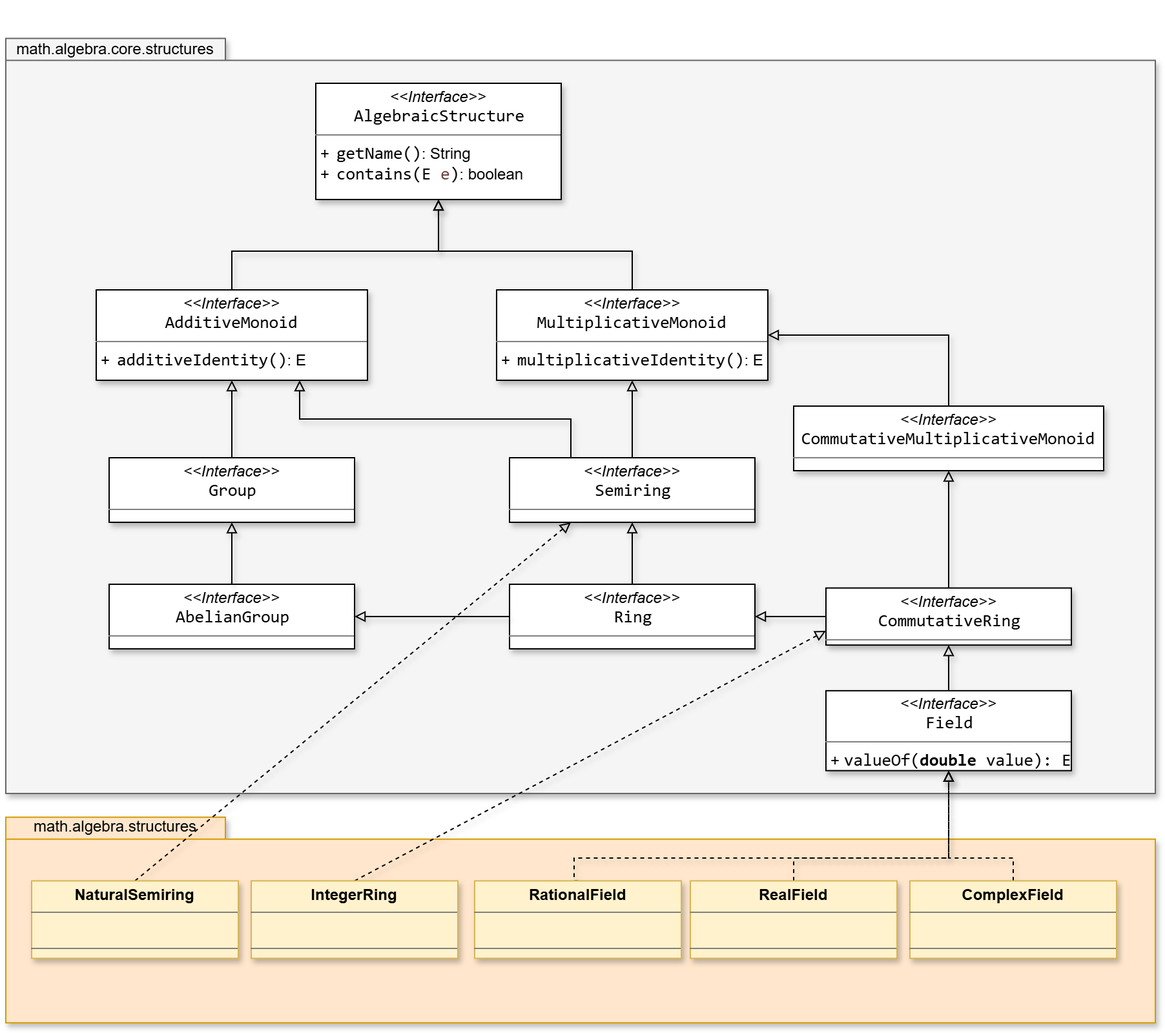
Earlier version of the draw.io export resources/SMFN-algebra-structures.drawio.png (gom9000/SMFN). Source tidied: cells renumbered, new cells last; positions are measured from the earlier drawing's top-left corner, leaving out a move shared by most shapes.
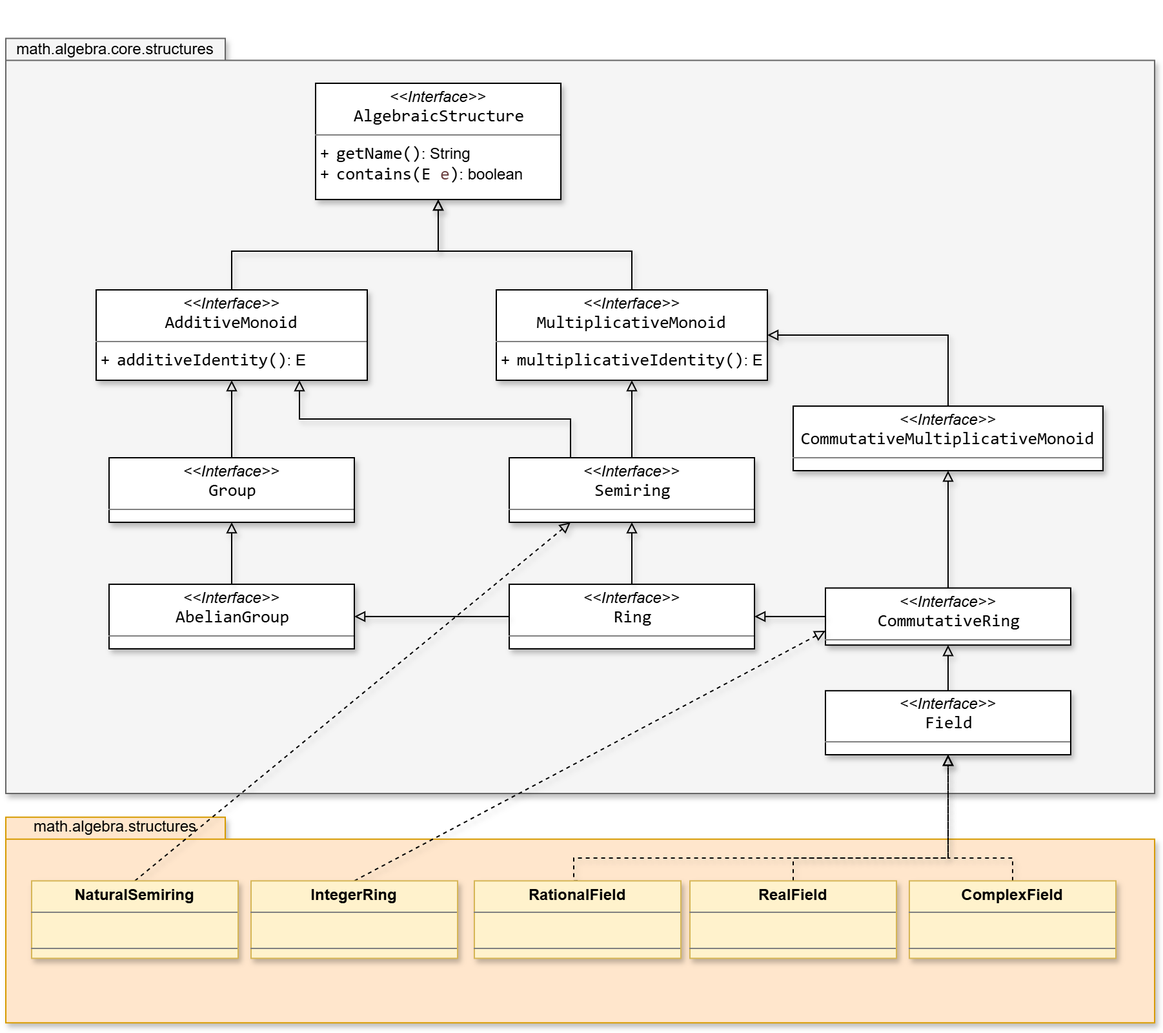
Above is the later version.

What changed in the source:
```diff
@@ -38,8 +38,8 @@
     <mxCell id="13" style="edgeStyle=orthogonalEdgeStyle;rounded=0;jettySize=auto;html=1;exitX=0;exitY=0.5;exitDx=0;exitDy=0;entryX=1;entryY=0.5;entryDx=0;entryDy=0;strokeColor=default;align=center;verticalAlign=middle;fontFamily=Helvetica;fontSize=11;fontColor=default;labelBackgroundColor=default;endArrow=block;endFill=0;shadow=1;" parent="5" edge="1" source="10" target="12">
       <mxGeometry relative="1" as="geometry" />
     </mxCell>
-    <mxCell id="14" value="&lt;p style=&quot;margin:0px;margin-top:4px;text-align:center;&quot;&gt;&lt;span style=&quot;&quot;&gt;&lt;i style=&quot;&quot;&gt;&amp;lt;&amp;lt;Interface&amp;gt;&amp;gt;&lt;/i&gt;&lt;br&gt;&lt;span style=&quot;padding: 0px 0px 0px 2px;&quot;&gt;&lt;span style=&quot;font-family: Consolas; font-size: 10pt; white-space: pre;&quot;&gt;&lt;span style=&quot;&quot;&gt;Field&lt;/span&gt;&lt;/span&gt;&lt;/span&gt;&lt;/span&gt;&lt;/p&gt;&lt;hr size=&quot;1&quot; style=&quot;border-style:solid;&quot;&gt;&lt;p style=&quot;margin:0px;margin-left:4px;&quot;&gt;&lt;/p&gt;&lt;p style=&quot;margin:0px;margin-left:4px;&quot;&gt;&lt;span style=&quot;&quot;&gt;+&amp;nbsp;&lt;span style=&quot;font-family: Consolas; font-size: 10pt; white-space: pre;&quot;&gt;valueOf(&lt;/span&gt;&lt;span style=&quot;font-family: Consolas; font-size: 10pt; white-space: pre; font-weight: bold;&quot;&gt;double&lt;/span&gt;&lt;span style=&quot;font-family: Consolas; font-size: 10pt; white-space: pre;&quot;&gt; &lt;/span&gt;&lt;span style=&quot;font-family: Consolas; font-size: 10pt; white-space: pre;&quot;&gt;value&lt;/span&gt;&lt;span style=&quot;font-family: Consolas; font-size: 10pt; white-space: pre;&quot;&gt;): E&lt;/span&gt;&lt;/span&gt;&lt;/p&gt;" style="verticalAlign=top;align=left;overflow=fill;html=1;whiteSpace=wrap;labelBackgroundColor=none;shadow=1;" parent="5" vertex="1">
-      <mxGeometry x="635" y="530.4" width="190" height="61.9" as="geometry" />
+    <mxCell id="14" value="&lt;p style=&quot;margin:0px;margin-top:4px;text-align:center;&quot;&gt;&lt;span style=&quot;&quot;&gt;&lt;i style=&quot;&quot;&gt;&amp;lt;&amp;lt;Interface&amp;gt;&amp;gt;&lt;/i&gt;&lt;br&gt;&lt;span style=&quot;padding: 0px 0px 0px 2px;&quot;&gt;&lt;span style=&quot;font-family: Consolas; font-size: 10pt; white-space: pre;&quot;&gt;&lt;span style=&quot;&quot;&gt;Field&lt;/span&gt;&lt;/span&gt;&lt;/span&gt;&lt;/span&gt;&lt;/p&gt;&lt;hr size=&quot;1&quot; style=&quot;border-style:solid;&quot;&gt;&lt;p style=&quot;margin:0px;margin-left:4px;&quot;&gt;&lt;/p&gt;&lt;p style=&quot;margin:0px;margin-left:4px;&quot;&gt;&lt;br&gt;&lt;/p&gt;" style="verticalAlign=top;align=left;overflow=fill;html=1;whiteSpace=wrap;labelBackgroundColor=none;shadow=1;" parent="5" vertex="1">
+      <mxGeometry x="635" y="530.4" width="190" height="49.6" as="geometry" />
     </mxCell>
     <mxCell id="15" value="&lt;p style=&quot;margin:0px;margin-top:4px;text-align:center;&quot;&gt;&lt;i&gt;&amp;lt;&amp;lt;Interface&amp;gt;&amp;gt;&lt;/i&gt;&lt;br&gt;&lt;span style=&quot;padding: 0px 0px 0px 2px;&quot;&gt;&lt;span style=&quot;font-family: Consolas; font-size: 10pt; white-space: pre;&quot;&gt;&lt;span style=&quot;&quot;&gt;AlgebraicStructure&lt;/span&gt;&lt;/span&gt;&lt;/span&gt;&lt;/p&gt;&lt;hr size=&quot;1&quot; style=&quot;border-style:solid;&quot;&gt;&lt;p style=&quot;margin:0px;margin-left:4px;&quot;&gt;&lt;/p&gt;&lt;p style=&quot;margin:0px;margin-left:4px;&quot;&gt;+&amp;nbsp;&lt;span style=&quot;padding: 0px 0px 0px 2px;&quot;&gt;&lt;span style=&quot;font-family: Consolas; font-size: 10pt; white-space: pre;&quot;&gt;&lt;span style=&quot;&quot;&gt;getName&lt;/span&gt;()&lt;/span&gt;&lt;/span&gt;: String&lt;br&gt;+&amp;nbsp;&lt;span style=&quot;padding: 0px 0px 0px 2px;&quot;&gt;&lt;span style=&quot;font-family: Consolas; font-size: 10pt; white-space: pre;&quot;&gt;&lt;span style=&quot;&quot;&gt;contains&lt;/span&gt;(E &lt;span style=&quot;color:#6a3e3e;&quot;&gt;e&lt;/span&gt;)&lt;/span&gt;&lt;/span&gt;: boolean&lt;/p&gt;" style="verticalAlign=top;align=left;overflow=fill;html=1;whiteSpace=wrap;labelBackgroundColor=none;shadow=1;" parent="1" vertex="1">
       <mxGeometry x="240" y="60" width="190" height="90" as="geometry" />
```
